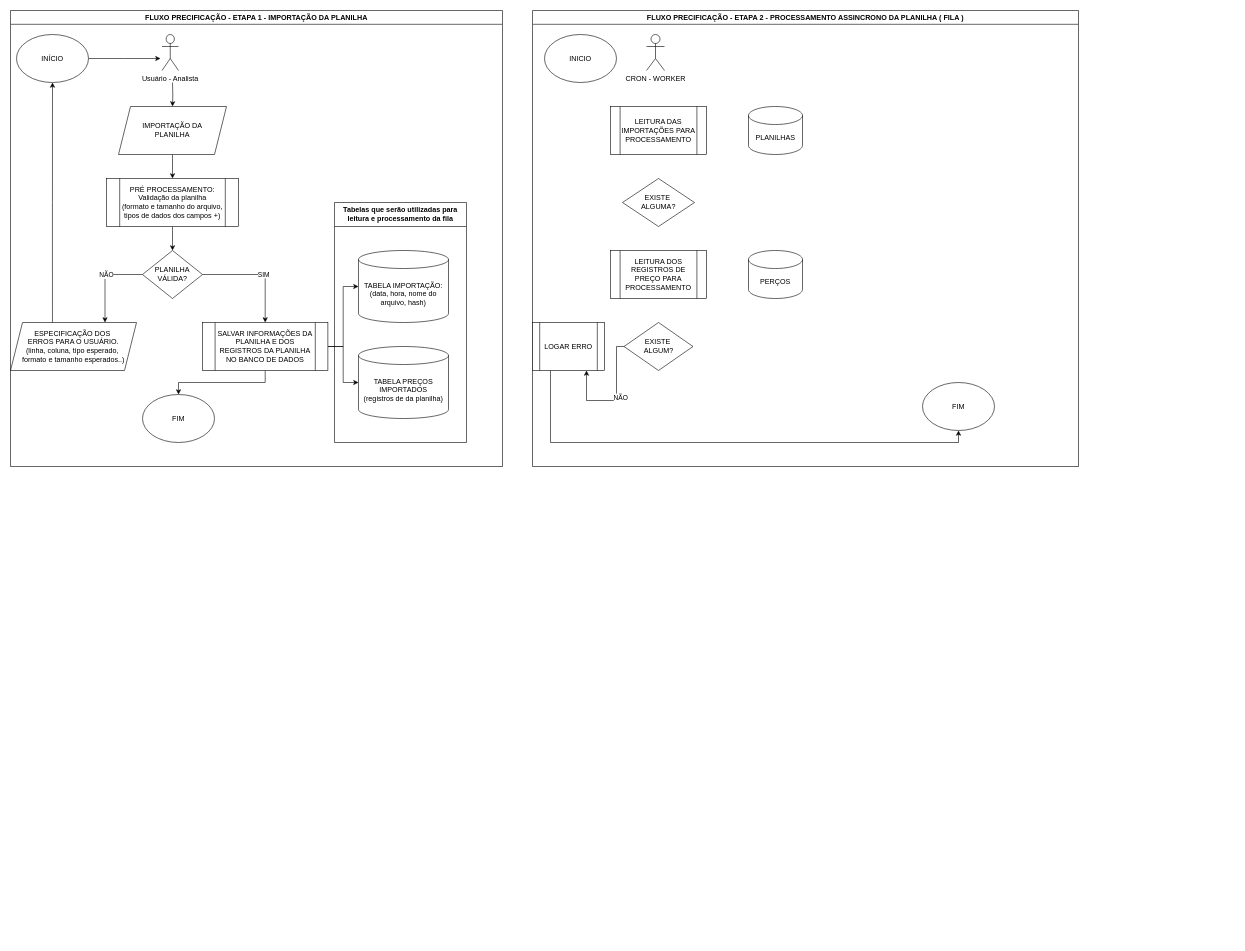
Earlier version of the draw.io diagram Teste da ferramenta.drawio (vtaomatos/TesteDraw.io). Source tidied: cells renumbered, new cells numbered last; positions are measured from the earlier drawing's top-left corner, leaving out a move shared by most shapes. Both pictures are drawn from the tidied source at 60%, with x=0, y=0 at pixel (10, 10).
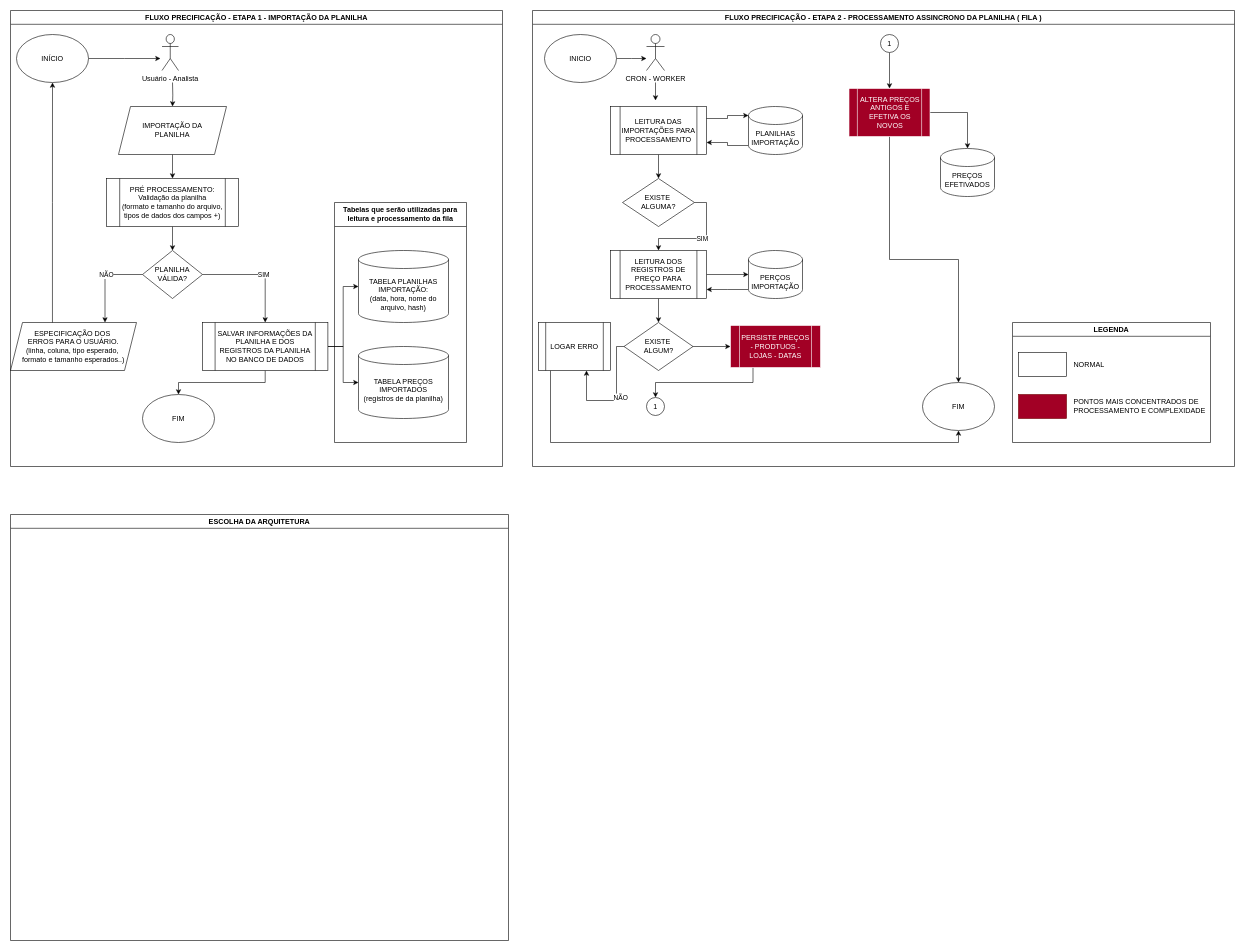
Above is the later version.

The change refers to these unchanged cells:
```xml
<mxCell id="23" value="INICIO" style="ellipse;whiteSpace=wrap;html=1;" parent="22" vertex="1">
  <mxGeometry x="20" y="40" width="120" height="80" as="geometry" />
</mxCell>
<mxCell id="25" value="LEITURA DAS IMPORTAÇÕES PARA PROCESSAMENTO" style="shape=process;whiteSpace=wrap;html=1;backgroundOutline=1;" parent="22" vertex="1">
  <mxGeometry x="130" y="160" width="160" height="80" as="geometry" />
</mxCell>
<mxCell id="27" value="EXISTE&amp;nbsp;&lt;div&gt;ALGUMA?&lt;/div&gt;" style="rhombus;whiteSpace=wrap;html=1;" parent="22" vertex="1">
  <mxGeometry x="150" y="280" width="120" height="80" as="geometry" />
</mxCell>
<mxCell id="28" value="FIM" style="ellipse;whiteSpace=wrap;html=1;" parent="22" vertex="1">
  <mxGeometry x="650" y="620" width="120" height="80" as="geometry" />
</mxCell>
<mxCell id="29" value="LEITURA DOS REGISTROS DE PREÇO PARA PROCESSAMENTO" style="shape=process;whiteSpace=wrap;html=1;backgroundOutline=1;" parent="22" vertex="1">
  <mxGeometry x="130" y="400" width="160" height="80" as="geometry" />
</mxCell>
<mxCell id="33" value="EXISTE&amp;nbsp;&lt;div&gt;ALGUM?&lt;/div&gt;" style="rhombus;whiteSpace=wrap;html=1;" parent="22" vertex="1">
  <mxGeometry x="152.5" y="520" width="115" height="80" as="geometry" />
</mxCell>
<mxCell id="36" value="FLUXO PRECIFICAÇÃO - ETAPA 1 - IMPORTAÇÃO DA PLANILHA" style="swimlane;whiteSpace=wrap;html=1;" parent="1" vertex="1">
  <mxGeometry width="820" height="760" as="geometry" />
</mxCell>
```

Diff of the diagram source:
```diff
@@
     <mxCell id="22" value="FLUXO PRECIFICAÇÃO - ETAPA 2 - PROCESSAMENTO ASSINCRONO DA PLANILHA ( FILA )" style="swimlane;whiteSpace=wrap;html=1;" parent="1" vertex="1">
-      <mxGeometry x="870" width="910" height="760" as="geometry" />
+      <mxGeometry x="870" width="1170" height="760" as="geometry" />
     </mxCell>
+    <mxCell id="40" style="edgeStyle=orthogonalEdgeStyle;rounded=0;jettySize=auto;html=1;exitX=1;exitY=0.5;exitDx=0;exitDy=0;" parent="22" edge="1" source="23">
+      <mxGeometry relative="1" as="geometry">
+        <mxPoint x="190" y="80" as="targetPoint" />
+      </mxGeometry>
+    </mxCell>
@@
+    <mxCell id="41" style="edgeStyle=orthogonalEdgeStyle;rounded=0;orthogonalLoop=1;jettySize=auto;html=1;" parent="22" edge="1">
+      <mxGeometry relative="1" as="geometry">
+        <mxPoint x="205" y="120" as="sourcePoint" />
+        <mxPoint x="205" y="150" as="targetPoint" />
+      </mxGeometry>
+    </mxCell>
@@
+    <mxCell id="42" style="edgeStyle=orthogonalEdgeStyle;rounded=0;jettySize=auto;html=1;" parent="22" edge="1" source="25" target="27">
+      <mxGeometry relative="1" as="geometry" />
+    </mxCell>
@@
+    <mxCell id="43" style="edgeStyle=orthogonalEdgeStyle;rounded=0;jettySize=auto;html=1;exitX=0;exitY=1;exitDx=0;exitDy=-15;exitPerimeter=0;entryX=1;entryY=0.75;entryDx=0;entryDy=0;" parent="22" edge="1" source="26" target="25">
+      <mxGeometry relative="1" as="geometry" />
+    </mxCell>
-    <mxCell id="26" value="PLANILHAS" style="shape=cylinder3;whiteSpace=wrap;html=1;boundedLbl=1;backgroundOutline=1;size=15;" parent="22" vertex="1">
+    <mxCell id="26" value="PLANILHAS&lt;div&gt;IMPORTAÇÃO&lt;/div&gt;" style="shape=cylinder3;whiteSpace=wrap;html=1;boundedLbl=1;backgroundOutline=1;size=15;" parent="22" vertex="1">
       <mxGeometry x="360" y="160" width="90" height="80" as="geometry" />
     </mxCell>
+    <mxCell id="44" style="edgeStyle=orthogonalEdgeStyle;rounded=0;jettySize=auto;html=1;exitX=1;exitY=0.5;exitDx=0;exitDy=0;entryX=0.5;entryY=0;entryDx=0;entryDy=0;" parent="22" edge="1" source="27" target="29">
+      <mxGeometry relative="1" as="geometry" />
+    </mxCell>
+    <mxCell id="45" value="SIM" style="edgeLabel;html=1;align=center;verticalAlign=middle;" parent="44" vertex="1">
+      <mxGeometry x="-0.01" relative="1" as="geometry">
+        <mxPoint x="1" as="offset" />
+      </mxGeometry>
+    </mxCell>
@@
+    <mxCell id="46" style="edgeStyle=orthogonalEdgeStyle;rounded=0;jettySize=auto;html=1;" parent="22" edge="1" source="29" target="33">
+      <mxGeometry relative="1" as="geometry" />
+    </mxCell>
+    <mxCell id="47" style="edgeStyle=orthogonalEdgeStyle;rounded=0;jettySize=auto;html=1;" parent="22" edge="1" source="29" target="30">
+      <mxGeometry relative="1" as="geometry" />
+    </mxCell>
@@
+    <mxCell id="48" style="edgeStyle=orthogonalEdgeStyle;rounded=0;jettySize=auto;html=1;exitX=0;exitY=1;exitDx=0;exitDy=-15;exitPerimeter=0;" parent="22" edge="1" source="30">
+      <mxGeometry relative="1" as="geometry">
+        <mxPoint x="290" y="465" as="targetPoint" />
+      </mxGeometry>
+    </mxCell>
-    <mxCell id="30" value="PERÇOS" style="shape=cylinder3;whiteSpace=wrap;html=1;boundedLbl=1;backgroundOutline=1;size=15;" parent="22" vertex="1">
+    <mxCell id="30" value="PERÇOS&lt;div&gt;IMPORTAÇÃO&lt;/div&gt;" style="shape=cylinder3;whiteSpace=wrap;html=1;boundedLbl=1;backgroundOutline=1;size=15;" parent="22" vertex="1">
       <mxGeometry x="360" y="400" width="90" height="80" as="geometry" />
     </mxCell>
@@
+    <mxCell id="49" style="edgeStyle=orthogonalEdgeStyle;rounded=0;jettySize=auto;html=1;exitX=1;exitY=0.5;exitDx=0;exitDy=0;entryX=0;entryY=0.5;entryDx=0;entryDy=0;" parent="22" edge="1" source="33" target="54">
+      <mxGeometry relative="1" as="geometry" />
+    </mxCell>
@@
     <mxCell id="35" value="LOGAR ERRO" style="shape=process;whiteSpace=wrap;html=1;backgroundOutline=1;" parent="22" vertex="1">
-      <mxGeometry y="520" width="120" height="80" as="geometry" />
+      <mxGeometry x="10" y="520" width="120" height="80" as="geometry" />
     </mxCell>
+    <mxCell id="50" value="1" style="ellipse;whiteSpace=wrap;html=1;" parent="22" vertex="1">
+      <mxGeometry x="190" y="645" width="30" height="30" as="geometry" />
+    </mxCell>
+    <mxCell id="51" style="edgeStyle=orthogonalEdgeStyle;rounded=0;jettySize=auto;html=1;exitX=0.5;exitY=1;exitDx=0;exitDy=0;entryX=0.5;entryY=0;entryDx=0;entryDy=0;" parent="22" edge="1" source="52" target="57">
+      <mxGeometry relative="1" as="geometry" />
+    </mxCell>
+    <mxCell id="52" value="1" style="ellipse;whiteSpace=wrap;html=1;" parent="22" vertex="1">
+      <mxGeometry x="580" y="40" width="30" height="30" as="geometry" />
+    </mxCell>
+    <mxCell id="53" style="edgeStyle=orthogonalEdgeStyle;rounded=0;jettySize=auto;html=1;exitX=0.25;exitY=1;exitDx=0;exitDy=0;entryX=0.5;entryY=0;entryDx=0;entryDy=0;" parent="22" edge="1" source="54" target="50">
+      <mxGeometry relative="1" as="geometry" />
+    </mxCell>
+    <mxCell id="54" value="&lt;font style=&quot;color: rgb(255, 255, 255);&quot;&gt;PERSISTE PREÇOS - PRODTUOS - LOJAS - DATAS&lt;/font&gt;" style="shape=process;whiteSpace=wrap;html=1;backgroundOutline=1;strokeColor=#FFFFFF;fillColor=#a20025;fontColor=#ffffff;" parent="22" vertex="1">
+      <mxGeometry x="330" y="525" width="150" height="70" as="geometry" />
+    </mxCell>
+    <mxCell id="55" style="edgeStyle=orthogonalEdgeStyle;rounded=0;jettySize=auto;html=1;exitX=1;exitY=0.5;exitDx=0;exitDy=0;" parent="22" edge="1" source="57" target="58">
+      <mxGeometry relative="1" as="geometry" />
+    </mxCell>
+    <mxCell id="56" style="edgeStyle=orthogonalEdgeStyle;rounded=0;jettySize=auto;html=1;exitX=0.5;exitY=1;exitDx=0;exitDy=0;entryX=0.5;entryY=0;entryDx=0;entryDy=0;" parent="22" edge="1" source="57" target="28">
+      <mxGeometry relative="1" as="geometry" />
+    </mxCell>
+    <mxCell id="57" value="ALTERA PREÇOS ANTIGOS E EFETIVA OS NOVOS" style="shape=process;whiteSpace=wrap;html=1;backgroundOutline=1;strokeColor=#FFFFFF;fillColor=#a20025;fontColor=#ffffff;" parent="22" vertex="1">
+      <mxGeometry x="527.5" y="130" width="135" height="80" as="geometry" />
+    </mxCell>
+    <mxCell id="58" value="PREÇOS&lt;div&gt;EFETIVADOS&lt;/div&gt;" style="shape=cylinder3;whiteSpace=wrap;html=1;boundedLbl=1;backgroundOutline=1;size=15;" parent="22" vertex="1">
+      <mxGeometry x="680" y="230" width="90" height="80" as="geometry" />
+    </mxCell>
+    <mxCell id="59" style="edgeStyle=orthogonalEdgeStyle;rounded=0;jettySize=auto;html=1;exitX=1;exitY=0.25;exitDx=0;exitDy=0;entryX=0;entryY=0;entryDx=0;entryDy=15;entryPerimeter=0;" parent="22" edge="1" source="25" target="26">
+      <mxGeometry relative="1" as="geometry" />
+    </mxCell>
+    <mxCell id="60" value="LEGENDA" style="swimlane;whiteSpace=wrap;html=1;" parent="22" vertex="1">
+      <mxGeometry x="800" y="520" width="330" height="200" as="geometry" />
+    </mxCell>
+    <mxCell id="61" style="rounded=0;whiteSpace=wrap;html=1;fillColor=#a20025;fontColor=#ffffff;strokeColor=#6F0000;" parent="60" vertex="1">
+      <mxGeometry x="10" y="120" width="80" height="40" as="geometry" />
+    </mxCell>
+    <mxCell id="62" value="PONTOS MAIS CONCENTRADOS DE PROCESSAMENTO E COMPLEXIDADE" style="text;html=1;align=left;verticalAlign=middle;whiteSpace=wrap;rounded=0;" parent="60" vertex="1">
+      <mxGeometry x="100" y="120" width="230" height="40" as="geometry" />
+    </mxCell>
+    <mxCell id="63" style="rounded=0;whiteSpace=wrap;html=1;" parent="60" vertex="1">
+      <mxGeometry x="10" y="50" width="80" height="40" as="geometry" />
+    </mxCell>
+    <mxCell id="64" value="NORMAL" style="text;html=1;align=left;verticalAlign=middle;whiteSpace=wrap;rounded=0;" parent="60" vertex="1">
+      <mxGeometry x="100" y="50" width="230" height="40" as="geometry" />
+    </mxCell>
@@
-    <mxCell id="37" value="TABELA IMPORTAÇÃO:&lt;br&gt;(data, hora, nome do arquivo, hash)" style="shape=cylinder3;whiteSpace=wrap;html=1;boundedLbl=1;backgroundOutline=1;size=15;" parent="36" vertex="1">
+    <mxCell id="37" value="TABELA PLANILHAS IMPORTAÇÃO:&lt;br&gt;(data, hora, nome do arquivo, hash)" style="shape=cylinder3;whiteSpace=wrap;html=1;boundedLbl=1;backgroundOutline=1;size=15;" parent="36" vertex="1">
       <mxGeometry x="580" y="400" width="150" height="120" as="geometry" />
     </mxCell>
@@
+    <mxCell id="65" value="ESCOLHA DA ARQUITETURA" style="swimlane;whiteSpace=wrap;html=1;" parent="1" vertex="1">
+      <mxGeometry y="840" width="830" height="710" as="geometry" />
+    </mxCell>
```
